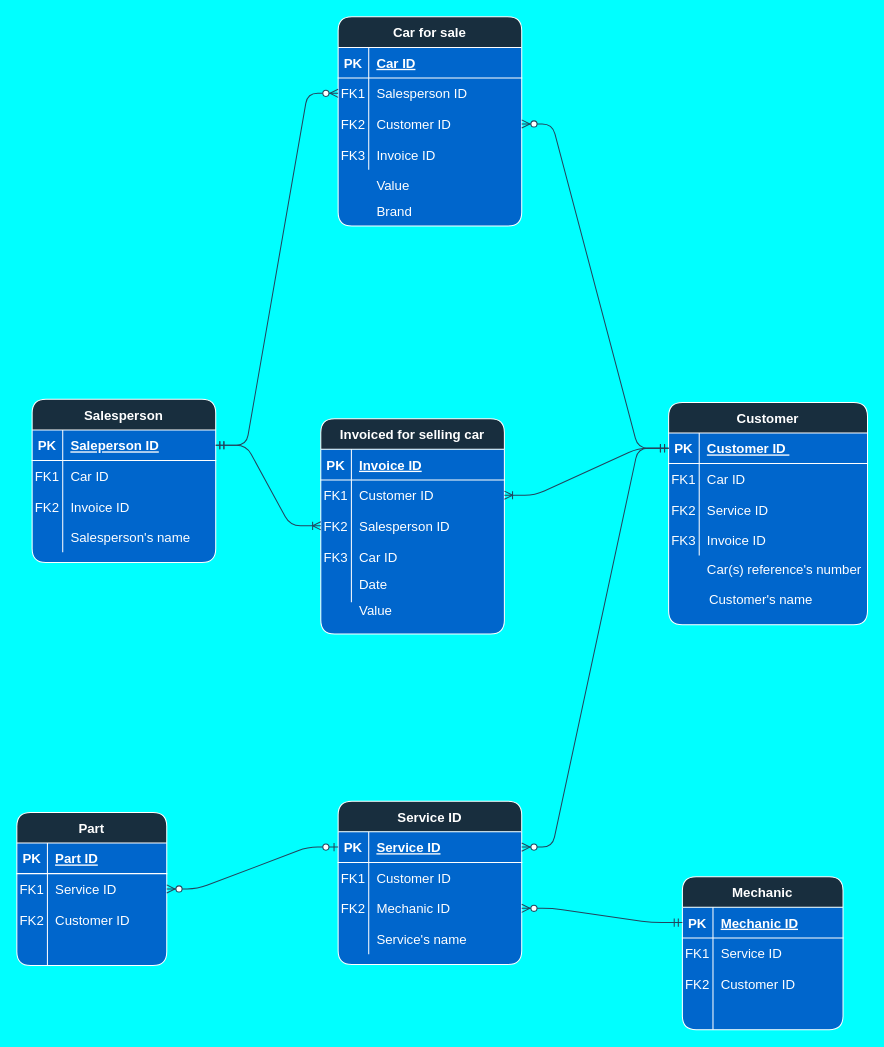
This is Exercise 2.drawio from longdhcloud9/ERD-database, a draw.io file, before an edit. Source tidied: cells renumbered, new cells numbered last; positions are measured from the earlier drawing's top-left corner, leaving out a move shared by most shapes. Both pictures are drawn from the tidied source at 102%, with x=0, y=0 at pixel (16, 16).
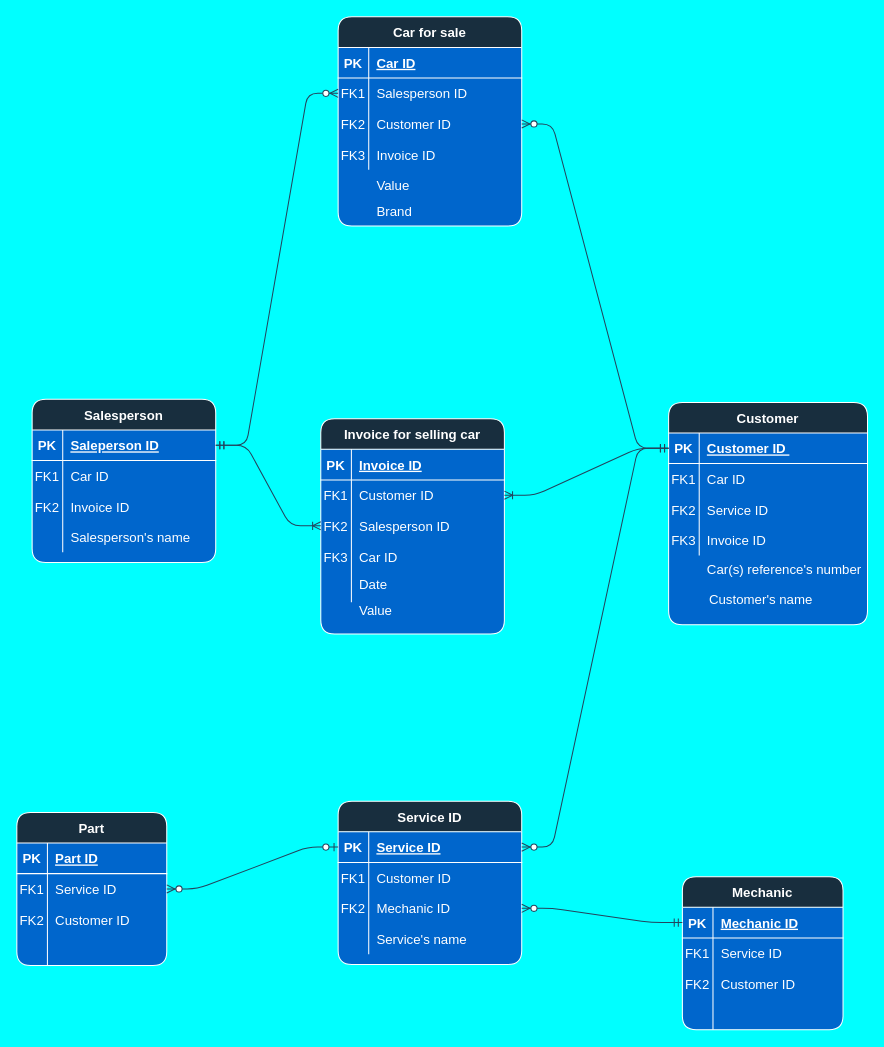
The same diagram, later.

Commit message (it also covers changes not shown here):
check spelling

The edit, as a diff of the source:
```diff
@@
-    <mxCell id="41" value="Invoiced for selling car" style="shape=table;startSize=30;childLayout=tableLayout;rowLines=0;fontStyle=1;align=center;shadow=0;fillColor=#182E3E;strokeColor=#FFFFFF;fontColor=#FFFFFF;swimlaneFillColor=#0066CC;rounded=1;fontSize=13;" parent="1" vertex="1">
+    <mxCell id="41" value="Invoice for selling car" style="shape=table;startSize=30;childLayout=tableLayout;rowLines=0;fontStyle=1;align=center;shadow=0;fillColor=#182E3E;strokeColor=#FFFFFF;fontColor=#FFFFFF;swimlaneFillColor=#0066CC;rounded=1;fontSize=13;" parent="1" vertex="1">
       <mxGeometry x="298" y="394" width="180" height="211" as="geometry" />
     </mxCell>
```
